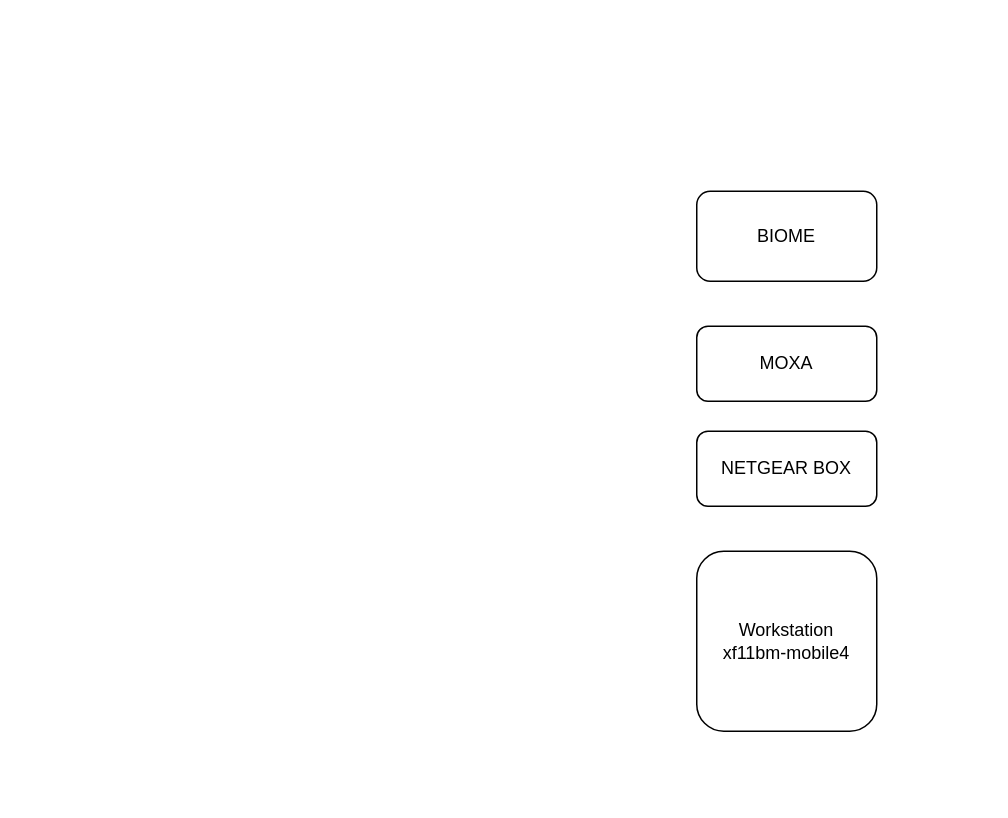
This is PTA_connection_map.drawio from swu4bnl/PTA-codes, a draw.io file, before an edit. Source tidied: cells renumbered, new cells numbered last; positions are measured from the earlier drawing's top-left corner, leaving out a move shared by most shapes. Both pictures are drawn from the tidied source at 150%, with x=0, y=0 at pixel (696, 190).
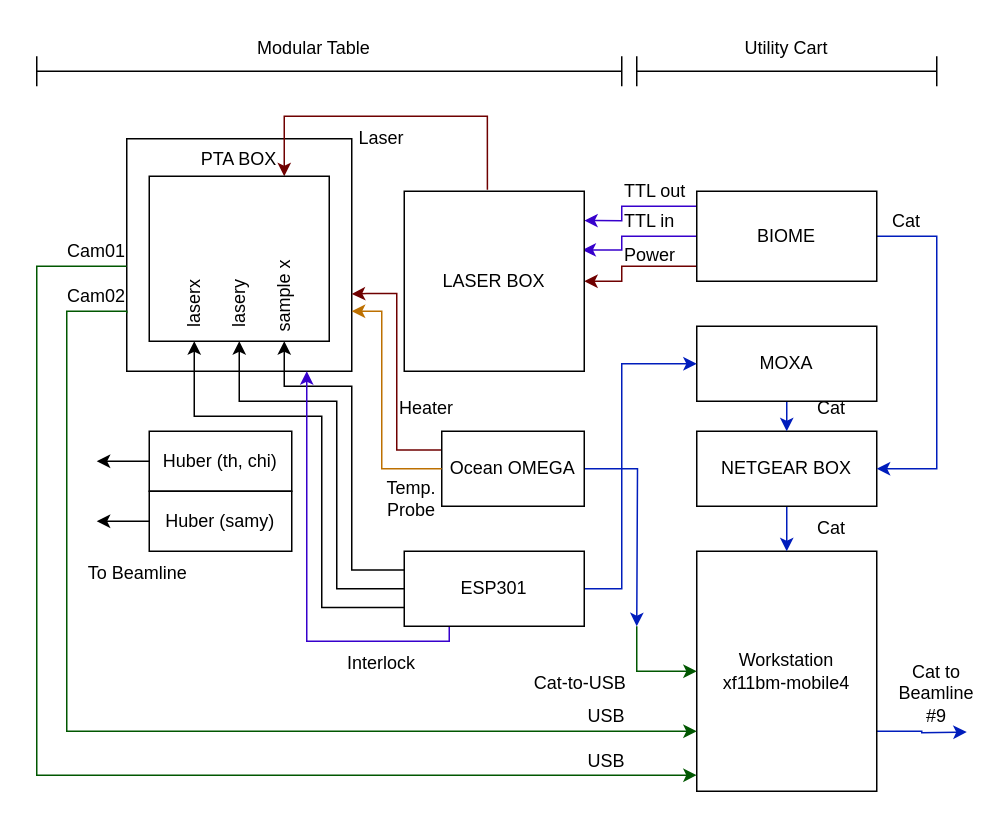
The same diagram, later.

Change to the diagram source:
```diff
@@
+    <mxCell id="6" value="PTA BOX" style="rounded=0;whiteSpace=wrap;html=1;verticalAlign=top;" parent="1" vertex="1">
+      <mxGeometry x="-380" y="-35" width="150" height="155" as="geometry" />
+    </mxCell>
+    <mxCell id="7" style="edgeStyle=orthogonalEdgeStyle;rounded=0;jettySize=auto;html=1;exitX=1;exitY=0.75;exitDx=0;exitDy=0;fillColor=#0050ef;strokeColor=#001DBC;" parent="1" edge="1" source="2">
+      <mxGeometry relative="1" as="geometry">
+        <mxPoint x="180" y="360.5" as="targetPoint" />
+      </mxGeometry>
+    </mxCell>
-    <mxCell id="2" value="Workstation&lt;div&gt;xf11bm-mobile4&lt;/div&gt;" style="rounded=1;whiteSpace=wrap;html=1;" parent="1" vertex="1">
-      <mxGeometry y="240" width="120" height="120" as="geometry" />
+    <mxCell id="2" value="Workstation&lt;div&gt;xf11bm-mobile4&lt;/div&gt;" style="rounded=0;whiteSpace=wrap;html=1;" parent="1" vertex="1">
+      <mxGeometry y="240" width="120" height="160" as="geometry" />
     </mxCell>
+    <mxCell id="8" style="edgeStyle=orthogonalEdgeStyle;rounded=0;jettySize=auto;html=1;exitX=0.5;exitY=1;exitDx=0;exitDy=0;entryX=0;entryY=1;entryDx=0;entryDy=0;fillColor=#0050ef;strokeColor=#001DBC;" parent="1" edge="1" source="3" target="46">
+      <mxGeometry relative="1" as="geometry" />
+    </mxCell>
-    <mxCell id="3" value="NETGEAR BOX" style="rounded=1;whiteSpace=wrap;html=1;" parent="1" vertex="1">
+    <mxCell id="3" value="NETGEAR BOX" style="rounded=0;whiteSpace=wrap;html=1;" parent="1" vertex="1">
       <mxGeometry y="160" width="120" height="50" as="geometry" />
     </mxCell>
+    <mxCell id="9" style="edgeStyle=orthogonalEdgeStyle;rounded=0;jettySize=auto;html=1;exitX=0.5;exitY=1;exitDx=0;exitDy=0;entryX=0.5;entryY=0;entryDx=0;entryDy=0;fillColor=#0050ef;strokeColor=#001DBC;" parent="1" edge="1" source="4" target="3">
+      <mxGeometry relative="1" as="geometry" />
+    </mxCell>
-    <mxCell id="4" value="MOXA" style="rounded=1;whiteSpace=wrap;html=1;" parent="1" vertex="1">
+    <mxCell id="4" value="MOXA" style="rounded=0;whiteSpace=wrap;html=1;" parent="1" vertex="1">
       <mxGeometry y="90" width="120" height="50" as="geometry" />
     </mxCell>
+    <mxCell id="10" style="edgeStyle=orthogonalEdgeStyle;rounded=0;jettySize=auto;html=1;exitX=0;exitY=0.25;exitDx=0;exitDy=0;entryX=1;entryY=0.163;entryDx=0;entryDy=0;entryPerimeter=0;fillColor=#6a00ff;strokeColor=#3700CC;" parent="1" edge="1" source="5" target="24">
+      <mxGeometry relative="1" as="geometry">
+        <Array as="points">
+          <mxPoint y="10" />
+          <mxPoint x="-50" y="10" />
+          <mxPoint x="-50" y="19.6" />
+        </Array>
+      </mxGeometry>
+    </mxCell>
+    <mxCell id="11" style="edgeStyle=orthogonalEdgeStyle;rounded=0;jettySize=auto;html=1;exitX=0;exitY=0.5;exitDx=0;exitDy=0;entryX=0.99;entryY=0.326;entryDx=0;entryDy=0;entryPerimeter=0;fillColor=#6a00ff;strokeColor=#3700CC;" parent="1" edge="1" target="24">
+      <mxGeometry relative="1" as="geometry">
+        <mxPoint y="15" as="sourcePoint" />
+        <Array as="points">
+          <mxPoint y="30" />
+          <mxPoint x="-50" y="30" />
+          <mxPoint x="-50" y="39.1" />
+        </Array>
+      </mxGeometry>
+    </mxCell>
+    <mxCell id="12" style="edgeStyle=orthogonalEdgeStyle;rounded=0;jettySize=auto;html=1;exitX=0;exitY=0.75;exitDx=0;exitDy=0;entryX=1;entryY=0.5;entryDx=0;entryDy=0;fillColor=#a20025;strokeColor=#6F0000;" parent="1" edge="1" source="5" target="24">
+      <mxGeometry relative="1" as="geometry">
+        <Array as="points">
+          <mxPoint y="50" />
+          <mxPoint x="-50" y="50" />
+          <mxPoint x="-50" y="60" />
+        </Array>
+      </mxGeometry>
+    </mxCell>
+    <mxCell id="13" style="edgeStyle=orthogonalEdgeStyle;rounded=0;jettySize=auto;html=1;exitX=1;exitY=0.5;exitDx=0;exitDy=0;entryX=1;entryY=0.5;entryDx=0;entryDy=0;fillColor=#0050ef;strokeColor=#001DBC;" parent="1" edge="1" source="5" target="3">
+      <mxGeometry relative="1" as="geometry">
+        <Array as="points">
+          <mxPoint x="160" y="30" />
+          <mxPoint x="160" y="185" />
+        </Array>
+      </mxGeometry>
+    </mxCell>
-    <mxCell id="5" value="BIOME" style="rounded=1;whiteSpace=wrap;html=1;" parent="1" vertex="1">
+    <mxCell id="5" value="BIOME" style="rounded=0;whiteSpace=wrap;html=1;" parent="1" vertex="1">
       <mxGeometry width="120" height="60" as="geometry" />
     </mxCell>
+    <mxCell id="14" style="edgeStyle=orthogonalEdgeStyle;rounded=0;jettySize=auto;html=1;exitX=0;exitY=0.25;exitDx=0;exitDy=0;entryX=0.75;entryY=1;entryDx=0;entryDy=0;" parent="1" edge="1" source="19" target="37">
+      <mxGeometry relative="1" as="geometry">
+        <Array as="points">
+          <mxPoint x="-230" y="252.5" />
+          <mxPoint x="-230" y="130" />
+          <mxPoint x="-275" y="130" />
+        </Array>
+      </mxGeometry>
+    </mxCell>
+    <mxCell id="15" style="edgeStyle=orthogonalEdgeStyle;rounded=0;jettySize=auto;html=1;exitX=0;exitY=0.5;exitDx=0;exitDy=0;entryX=0.5;entryY=1;entryDx=0;entryDy=0;" parent="1" edge="1" source="19" target="37">
+      <mxGeometry relative="1" as="geometry">
+        <Array as="points">
+          <mxPoint x="-240" y="265" />
+          <mxPoint x="-240" y="140" />
+          <mxPoint x="-305" y="140" />
+        </Array>
+      </mxGeometry>
+    </mxCell>
+    <mxCell id="16" style="edgeStyle=orthogonalEdgeStyle;rounded=0;jettySize=auto;html=1;exitX=0;exitY=0.75;exitDx=0;exitDy=0;entryX=0.25;entryY=1;entryDx=0;entryDy=0;" parent="1" edge="1" source="19" target="37">
+      <mxGeometry relative="1" as="geometry">
+        <Array as="points">
+          <mxPoint x="-250" y="277.5" />
+          <mxPoint x="-250" y="150" />
+          <mxPoint x="-335" y="150" />
+        </Array>
+      </mxGeometry>
+    </mxCell>
+    <mxCell id="17" style="edgeStyle=orthogonalEdgeStyle;rounded=0;jettySize=auto;html=1;exitX=1;exitY=0.5;exitDx=0;exitDy=0;entryX=0;entryY=0.5;entryDx=0;entryDy=0;fillColor=#0050ef;strokeColor=#001DBC;" parent="1" edge="1" source="19" target="4">
+      <mxGeometry relative="1" as="geometry">
+        <Array as="points">
+          <mxPoint x="-50" y="265" />
+          <mxPoint x="-50" y="115" />
+        </Array>
+      </mxGeometry>
+    </mxCell>
+    <mxCell id="18" style="edgeStyle=orthogonalEdgeStyle;rounded=0;jettySize=auto;html=1;exitX=0.25;exitY=1;exitDx=0;exitDy=0;fillColor=#6a00ff;strokeColor=#3700CC;" parent="1" edge="1" source="19">
+      <mxGeometry relative="1" as="geometry">
+        <mxPoint x="-260" y="120" as="targetPoint" />
+        <Array as="points">
+          <mxPoint x="-165" y="300" />
+          <mxPoint x="-260" y="300" />
+        </Array>
+      </mxGeometry>
+    </mxCell>
+    <mxCell id="19" value="ESP301" style="rounded=0;whiteSpace=wrap;html=1;" parent="1" vertex="1">
+      <mxGeometry x="-195" y="240" width="120" height="50" as="geometry" />
+    </mxCell>
+    <mxCell id="20" style="edgeStyle=orthogonalEdgeStyle;rounded=0;jettySize=auto;html=1;exitX=1;exitY=0.5;exitDx=0;exitDy=0;fillColor=#0050ef;strokeColor=#001DBC;" parent="1" edge="1" source="22">
+      <mxGeometry relative="1" as="geometry">
+        <mxPoint x="-40" y="290" as="targetPoint" />
+      </mxGeometry>
+    </mxCell>
+    <mxCell id="21" style="edgeStyle=orthogonalEdgeStyle;rounded=0;jettySize=auto;html=1;exitX=0;exitY=0.25;exitDx=0;exitDy=0;entryX=1;entryY=0.668;entryDx=0;entryDy=0;entryPerimeter=0;fillColor=#a20025;strokeColor=#6F0000;" parent="1" edge="1" source="22" target="6">
+      <mxGeometry relative="1" as="geometry">
+        <Array as="points">
+          <mxPoint x="-200" y="172.5" />
+          <mxPoint x="-200" y="68.2" />
+          <mxPoint x="-220" y="68.2" />
+        </Array>
+      </mxGeometry>
+    </mxCell>
+    <mxCell id="22" value="Ocean OMEGA" style="rounded=0;whiteSpace=wrap;html=1;" parent="1" vertex="1">
+      <mxGeometry x="-170" y="160" width="95" height="50" as="geometry" />
+    </mxCell>
+    <mxCell id="23" style="edgeStyle=orthogonalEdgeStyle;rounded=0;jettySize=auto;html=1;exitX=0.462;exitY=-0.008;exitDx=0;exitDy=0;entryX=0.75;entryY=0;entryDx=0;entryDy=0;exitPerimeter=0;fillColor=#a20025;strokeColor=#6F0000;" parent="1" edge="1" source="24" target="37">
+      <mxGeometry relative="1" as="geometry">
+        <Array as="points">
+          <mxPoint x="-139.6" y="-50" />
+          <mxPoint x="-275" y="-50" />
+        </Array>
+      </mxGeometry>
+    </mxCell>
+    <mxCell id="24" value="LASER BOX" style="rounded=0;whiteSpace=wrap;html=1;" parent="1" vertex="1">
+      <mxGeometry x="-195" width="120" height="120" as="geometry" />
+    </mxCell>
+    <mxCell id="25" style="edgeStyle=orthogonalEdgeStyle;rounded=0;jettySize=auto;html=1;entryX=0;entryY=1;entryDx=0;entryDy=0;exitX=0.833;exitY=0.833;exitDx=0;exitDy=0;exitPerimeter=0;fillColor=#008a00;strokeColor=#005700;" parent="1" edge="1" source="33">
+      <mxGeometry relative="1" as="geometry">
+        <mxPoint y="389.3" as="targetPoint" />
+        <Array as="points">
+          <mxPoint x="-440" y="50" />
+          <mxPoint x="-440" y="389.3" />
+        </Array>
+      </mxGeometry>
+    </mxCell>
+    <mxCell id="26" style="edgeStyle=orthogonalEdgeStyle;rounded=0;jettySize=auto;html=1;exitX=0;exitY=0.75;exitDx=0;exitDy=0;entryX=0;entryY=0.75;entryDx=0;entryDy=0;fillColor=#008a00;strokeColor=#005700;" parent="1" edge="1" source="6" target="2">
+      <mxGeometry relative="1" as="geometry">
+        <Array as="points">
+          <mxPoint x="-420" y="80" />
+          <mxPoint x="-420" y="360" />
+        </Array>
+      </mxGeometry>
+    </mxCell>
+    <mxCell id="27" style="edgeStyle=orthogonalEdgeStyle;rounded=0;jettySize=auto;html=1;exitX=0;exitY=0.5;exitDx=0;exitDy=0;" parent="1" edge="1" source="28">
+      <mxGeometry relative="1" as="geometry">
+        <mxPoint x="-400" y="180.2" as="targetPoint" />
+      </mxGeometry>
+    </mxCell>
+    <mxCell id="28" value="Huber (th, chi)" style="rounded=0;whiteSpace=wrap;html=1;" parent="1" vertex="1">
+      <mxGeometry x="-365" y="160" width="95" height="40" as="geometry" />
+    </mxCell>
+    <mxCell id="29" style="edgeStyle=orthogonalEdgeStyle;rounded=0;jettySize=auto;html=1;exitX=0;exitY=0.5;exitDx=0;exitDy=0;" parent="1" edge="1" source="30">
+      <mxGeometry relative="1" as="geometry">
+        <mxPoint x="-400" y="220.2" as="targetPoint" />
+      </mxGeometry>
+    </mxCell>
+    <mxCell id="30" value="Huber (samy)" style="rounded=0;whiteSpace=wrap;html=1;" parent="1" vertex="1">
+      <mxGeometry x="-365" y="200" width="95" height="40" as="geometry" />
+    </mxCell>
+    <mxCell id="31" value="USB" style="text;html=1;whiteSpace=wrap;strokeColor=none;fillColor=none;align=center;verticalAlign=middle;rounded=0;" parent="1" vertex="1">
+      <mxGeometry x="-90" y="335" width="60" height="30" as="geometry" />
+    </mxCell>
+    <mxCell id="32" value="USB" style="text;html=1;whiteSpace=wrap;strokeColor=none;fillColor=none;align=center;verticalAlign=middle;rounded=0;" parent="1" vertex="1">
+      <mxGeometry x="-90" y="365" width="60" height="30" as="geometry" />
+    </mxCell>
+    <mxCell id="33" value="Cam01" style="text;html=1;whiteSpace=wrap;strokeColor=none;fillColor=none;align=center;verticalAlign=middle;rounded=0;" parent="1" vertex="1">
+      <mxGeometry x="-430" y="25" width="60" height="30" as="geometry" />
+    </mxCell>
+    <mxCell id="34" value="Cam02" style="text;html=1;whiteSpace=wrap;strokeColor=none;fillColor=none;align=center;verticalAlign=middle;rounded=0;" parent="1" vertex="1">
+      <mxGeometry x="-430" y="55" width="60" height="30" as="geometry" />
+    </mxCell>
+    <mxCell id="35" value="Cat-to-USB" style="text;html=1;whiteSpace=wrap;strokeColor=none;fillColor=none;align=center;verticalAlign=middle;rounded=0;" parent="1" vertex="1">
+      <mxGeometry x="-125" y="313" width="95" height="30" as="geometry" />
+    </mxCell>
+    <mxCell id="36" style="edgeStyle=orthogonalEdgeStyle;rounded=0;jettySize=auto;html=1;exitX=0;exitY=0.5;exitDx=0;exitDy=0;fillColor=#f0a30a;strokeColor=#BD7000;" parent="1" edge="1" source="22" target="6">
+      <mxGeometry relative="1" as="geometry">
+        <Array as="points">
+          <mxPoint x="-210" y="185" />
+          <mxPoint x="-210" y="80" />
+        </Array>
+      </mxGeometry>
+    </mxCell>
+    <mxCell id="37" style="rounded=0;whiteSpace=wrap;html=1;" parent="1" vertex="1">
+      <mxGeometry x="-365" y="-10" width="120" height="110" as="geometry" />
+    </mxCell>
+    <mxCell id="38" value="Temp. Probe" style="text;html=1;whiteSpace=wrap;strokeColor=none;fillColor=none;align=center;verticalAlign=middle;rounded=0;" parent="1" vertex="1">
+      <mxGeometry x="-210" y="190" width="40" height="30" as="geometry" />
+    </mxCell>
+    <mxCell id="39" value="Heater" style="text;html=1;whiteSpace=wrap;strokeColor=none;fillColor=none;align=center;verticalAlign=middle;rounded=0;" parent="1" vertex="1">
+      <mxGeometry x="-200" y="130" width="40" height="30" as="geometry" />
+    </mxCell>
+    <mxCell id="40" value="laserx" style="text;html=1;whiteSpace=wrap;strokeColor=none;fillColor=none;align=center;verticalAlign=middle;rounded=0;horizontal=0;" parent="1" vertex="1">
+      <mxGeometry x="-365" y="60" width="60" height="30" as="geometry" />
+    </mxCell>
+    <mxCell id="41" value="lasery" style="text;html=1;whiteSpace=wrap;strokeColor=none;fillColor=none;align=center;verticalAlign=middle;rounded=0;horizontal=0;" parent="1" vertex="1">
+      <mxGeometry x="-335" y="60" width="60" height="30" as="geometry" />
+    </mxCell>
+    <mxCell id="42" value="sample x" style="text;html=1;whiteSpace=wrap;strokeColor=none;fillColor=none;align=center;verticalAlign=middle;rounded=0;horizontal=0;" parent="1" vertex="1">
+      <mxGeometry x="-305" y="40" width="60" height="60" as="geometry" />
+    </mxCell>
+    <mxCell id="43" value="TTL out" style="text;html=1;whiteSpace=wrap;strokeColor=none;fillColor=none;align=left;verticalAlign=middle;rounded=0;" parent="1" vertex="1">
+      <mxGeometry x="-50" y="-10" width="60" height="20" as="geometry" />
+    </mxCell>
+    <mxCell id="44" value="TTL in" style="text;html=1;whiteSpace=wrap;strokeColor=none;fillColor=none;align=left;verticalAlign=middle;rounded=0;" parent="1" vertex="1">
+      <mxGeometry x="-50" y="10" width="60" height="20" as="geometry" />
+    </mxCell>
+    <mxCell id="45" value="Power" style="text;html=1;whiteSpace=wrap;strokeColor=none;fillColor=none;align=left;verticalAlign=middle;rounded=0;" parent="1" vertex="1">
+      <mxGeometry x="-50" y="32.5" width="60" height="20" as="geometry" />
+    </mxCell>
+    <mxCell id="46" value="Cat" style="text;html=1;whiteSpace=wrap;strokeColor=none;fillColor=none;align=center;verticalAlign=middle;rounded=0;" parent="1" vertex="1">
+      <mxGeometry x="60" y="210" width="60" height="30" as="geometry" />
+    </mxCell>
+    <mxCell id="47" value="Cat" style="text;html=1;whiteSpace=wrap;strokeColor=none;fillColor=none;align=center;verticalAlign=middle;rounded=0;" parent="1" vertex="1">
+      <mxGeometry x="110" y="5" width="60" height="30" as="geometry" />
+    </mxCell>
+    <mxCell id="48" value="Laser" style="text;html=1;whiteSpace=wrap;strokeColor=none;fillColor=none;align=center;verticalAlign=middle;rounded=0;" parent="1" vertex="1">
+      <mxGeometry x="-240" y="-50" width="60" height="30" as="geometry" />
+    </mxCell>
+    <mxCell id="49" value="To Beamline" style="text;html=1;whiteSpace=wrap;strokeColor=none;fillColor=none;align=center;verticalAlign=middle;rounded=0;" parent="1" vertex="1">
+      <mxGeometry x="-420" y="240" width="95" height="30" as="geometry" />
+    </mxCell>
+    <mxCell id="50" value="Cat" style="text;html=1;whiteSpace=wrap;strokeColor=none;fillColor=none;align=center;verticalAlign=middle;rounded=0;" parent="1" vertex="1">
+      <mxGeometry x="60" y="130" width="60" height="30" as="geometry" />
+    </mxCell>
+    <mxCell id="51" value="Cat to Beamline #9" style="text;html=1;whiteSpace=wrap;strokeColor=none;fillColor=none;align=center;verticalAlign=middle;rounded=0;" parent="1" vertex="1">
+      <mxGeometry x="130" y="320" width="60" height="30" as="geometry" />
+    </mxCell>
+    <mxCell id="52" value="Interlock" style="text;html=1;whiteSpace=wrap;strokeColor=none;fillColor=none;align=center;verticalAlign=middle;rounded=0;" parent="1" vertex="1">
+      <mxGeometry x="-240" y="300" width="60" height="30" as="geometry" />
+    </mxCell>
+    <mxCell id="53" style="endArrow=classic;html=1;rounded=0;entryX=0;entryY=0.5;entryDx=0;entryDy=0;fillColor=#008a00;strokeColor=#005700;" parent="1" edge="1" target="2">
+      <mxGeometry relative="1" as="geometry">
+        <mxPoint x="-40" y="290" as="sourcePoint" />
+        <Array as="points">
+          <mxPoint x="-40" y="320" />
+        </Array>
+      </mxGeometry>
+    </mxCell>
+    <mxCell id="54" style="shape=crossbar;whiteSpace=wrap;html=1;rounded=0;" parent="1" vertex="1">
+      <mxGeometry x="-440" y="-90" width="390" height="20" as="geometry" />
+    </mxCell>
+    <mxCell id="55" style="shape=crossbar;whiteSpace=wrap;html=1;rounded=0;" parent="1" vertex="1">
+      <mxGeometry x="-40" y="-90" width="200" height="20" as="geometry" />
+    </mxCell>
+    <mxCell id="56" value="Modular Table" style="text;html=1;whiteSpace=wrap;strokeColor=none;fillColor=none;align=center;verticalAlign=middle;rounded=0;" parent="1" vertex="1">
+      <mxGeometry x="-310" y="-110" width="110" height="30" as="geometry" />
+    </mxCell>
+    <mxCell id="57" value="Utility Cart" style="text;html=1;whiteSpace=wrap;strokeColor=none;fillColor=none;align=center;verticalAlign=middle;rounded=0;" parent="1" vertex="1">
+      <mxGeometry x="5" y="-110" width="110" height="30" as="geometry" />
+    </mxCell>
```
